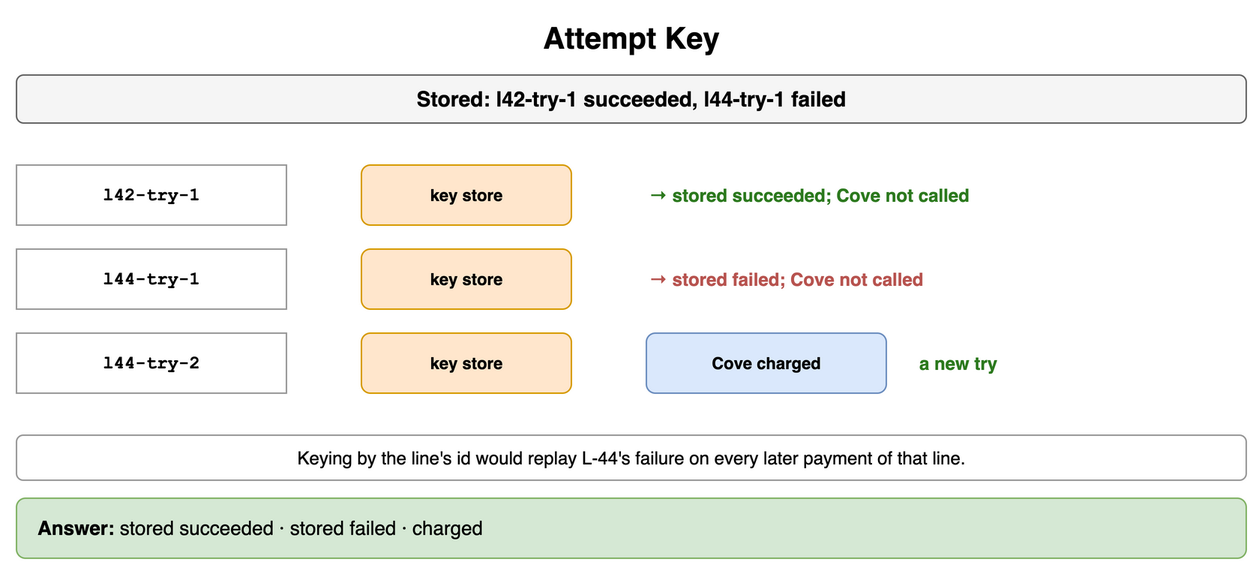
This is content/09_System_Design_Interview/23_Payment_and_Financial_Systems/diagrams/payments-drills-1-attempt-key.png from amendez13/swe-study-guide, a draw.io export, as it was before one commit. Source tidied: cells renumbered, new cells last; positions are measured from the earlier drawing's top-left corner, leaving out a move shared by most shapes.
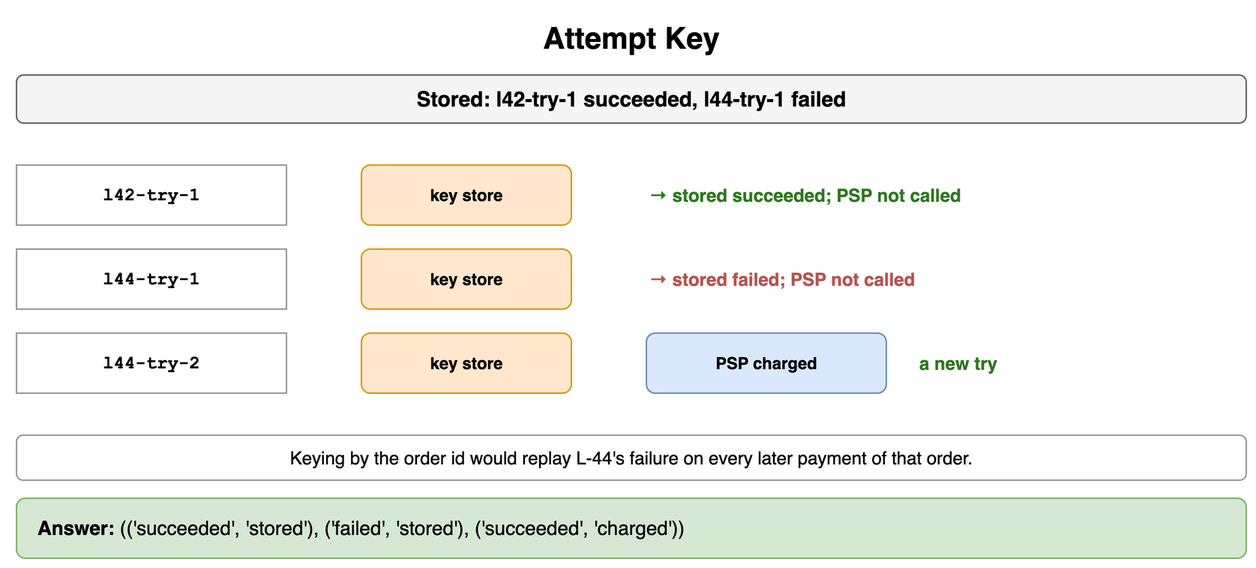
Above is the later version.

Diff of the diagram source:
```diff
@@ -14,7 +14,7 @@
     <mxCell id="5" value="key store" style="rounded=1;whiteSpace=wrap;html=1;fillColor=#ffe6cc;strokeColor=#d79b00;fontSize=11;align=center;fontStyle=1;" parent="1" vertex="1">
       <mxGeometry x="230" y="100" width="140" height="40" as="geometry" />
     </mxCell>
-    <mxCell id="6" value="→ stored succeeded; Cove not called" style="text;html=1;whiteSpace=wrap;fontSize=11;align=left;verticalAlign=middle;fontSize=12;fontColor=#2d7a1f;fontStyle=1;" parent="1" vertex="1">
+    <mxCell id="6" value="→ stored succeeded; PSP not called" style="text;html=1;whiteSpace=wrap;fontSize=11;align=left;verticalAlign=middle;fontSize=12;fontColor=#2d7a1f;fontStyle=1;" parent="1" vertex="1">
       <mxGeometry x="420" y="100" width="400" height="40" as="geometry" />
     </mxCell>
     <mxCell id="7" value="l44-try-1" style="rounded=0;whiteSpace=wrap;html=1;fontFamily=Courier New;fontStyle=1;fontSize=13;fillColor=#ffffff;strokeColor=#999999;fontSize=12;" parent="1" vertex="1">
@@ -23,7 +23,7 @@
     <mxCell id="8" value="key store" style="rounded=1;whiteSpace=wrap;html=1;fillColor=#ffe6cc;strokeColor=#d79b00;fontSize=11;align=center;fontStyle=1;" parent="1" vertex="1">
       <mxGeometry x="230" y="156" width="140" height="40" as="geometry" />
     </mxCell>
-    <mxCell id="9" value="→ stored failed; Cove not called" style="text;html=1;whiteSpace=wrap;fontSize=11;align=left;verticalAlign=middle;fontSize=12;fontColor=#b85450;fontStyle=1;" parent="1" vertex="1">
+    <mxCell id="9" value="→ stored failed; PSP not called" style="text;html=1;whiteSpace=wrap;fontSize=11;align=left;verticalAlign=middle;fontSize=12;fontColor=#b85450;fontStyle=1;" parent="1" vertex="1">
       <mxGeometry x="420" y="156" width="400" height="40" as="geometry" />
     </mxCell>
     <mxCell id="10" value="l44-try-2" style="rounded=0;whiteSpace=wrap;html=1;fontFamily=Courier New;fontStyle=1;fontSize=13;fillColor=#ffffff;strokeColor=#999999;fontSize=12;" parent="1" vertex="1">
@@ -32,16 +32,16 @@
     <mxCell id="11" value="key store" style="rounded=1;whiteSpace=wrap;html=1;fillColor=#ffe6cc;strokeColor=#d79b00;fontSize=11;align=center;fontStyle=1;" parent="1" vertex="1">
       <mxGeometry x="230" y="212" width="140" height="40" as="geometry" />
     </mxCell>
-    <mxCell id="12" value="Cove charged" style="rounded=1;whiteSpace=wrap;html=1;fillColor=#dae8fc;strokeColor=#6c8ebf;fontSize=11;align=center;fontStyle=1;" parent="1" vertex="1">
+    <mxCell id="12" value="PSP charged" style="rounded=1;whiteSpace=wrap;html=1;fillColor=#dae8fc;strokeColor=#6c8ebf;fontSize=11;align=center;fontStyle=1;" parent="1" vertex="1">
       <mxGeometry x="420" y="212" width="160" height="40" as="geometry" />
     </mxCell>
     <mxCell id="13" value="a new try" style="text;html=1;whiteSpace=wrap;fontSize=11;align=left;verticalAlign=middle;fontSize=12;fontColor=#2d7a1f;fontStyle=1;" parent="1" vertex="1">
       <mxGeometry x="600" y="212" width="200" height="40" as="geometry" />
     </mxCell>
-    <mxCell id="14" value="Keying by the line's id would replay L-44's failure on every later payment of that line." style="rounded=1;whiteSpace=wrap;html=1;fillColor=#ffffff;strokeColor=#999999;fontSize=12;align=center;" parent="1" vertex="1">
+    <mxCell id="14" value="Keying by the order id would replay L-44's failure on every later payment of that order." style="rounded=1;whiteSpace=wrap;html=1;fillColor=#ffffff;strokeColor=#999999;fontSize=12;align=center;" parent="1" vertex="1">
       <mxGeometry y="280" width="820" height="30" as="geometry" />
     </mxCell>
-    <mxCell id="15" value="&lt;b&gt;Answer:&lt;/b&gt; stored succeeded · stored failed · charged" style="rounded=1;whiteSpace=wrap;html=1;fillColor=#d5e8d4;strokeColor=#82b366;fontSize=13;align=left;spacingLeft=12;" parent="1" vertex="1">
+    <mxCell id="15" value="&lt;b&gt;Answer:&lt;/b&gt; (('succeeded', 'stored'), ('failed', 'stored'), ('succeeded', 'charged'))" style="rounded=1;whiteSpace=wrap;html=1;fillColor=#d5e8d4;strokeColor=#82b366;fontSize=13;align=left;spacingLeft=12;" parent="1" vertex="1">
       <mxGeometry y="322" width="820" height="40" as="geometry" />
     </mxCell>
   </root>
```
